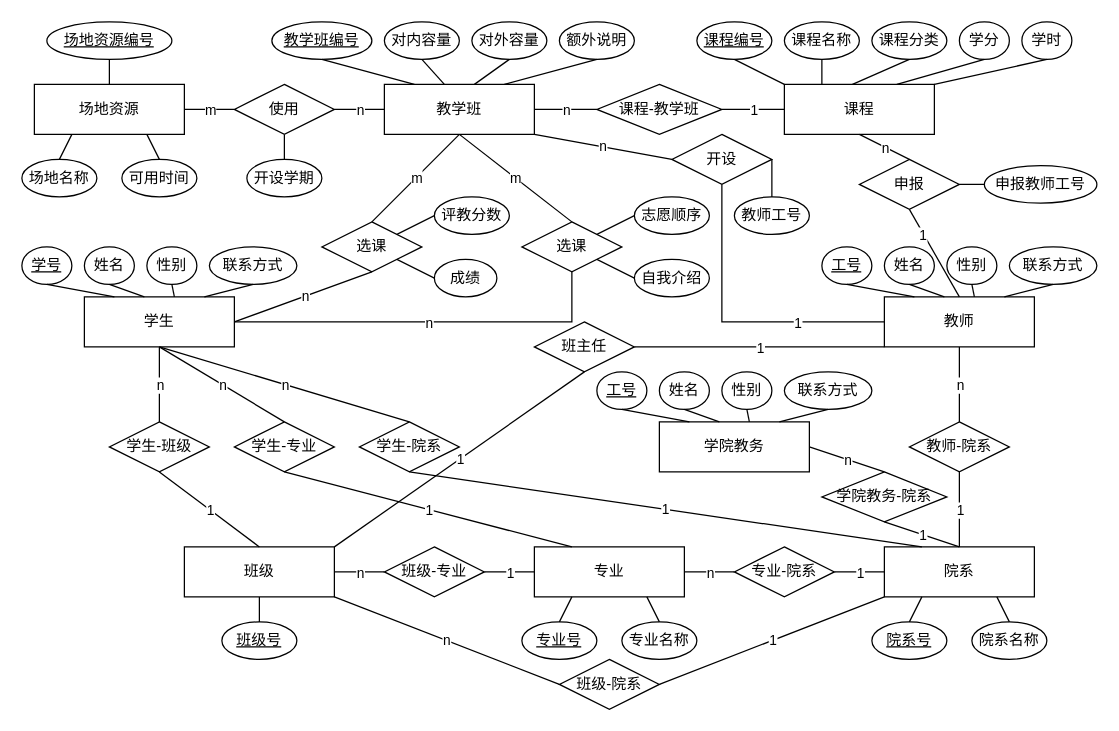
This is 系统设计报告/img/conceptional_schema/er_preliminary.drawio from ap0stader/BUAA_DB, a draw.io file, before an edit. Source tidied: cells renumbered, new cells numbered last; positions are measured from the earlier drawing's top-left corner, leaving out a move shared by most shapes. Both pictures are drawn from the tidied source at 125%, with x=0, y=0 at pixel (21, 21).
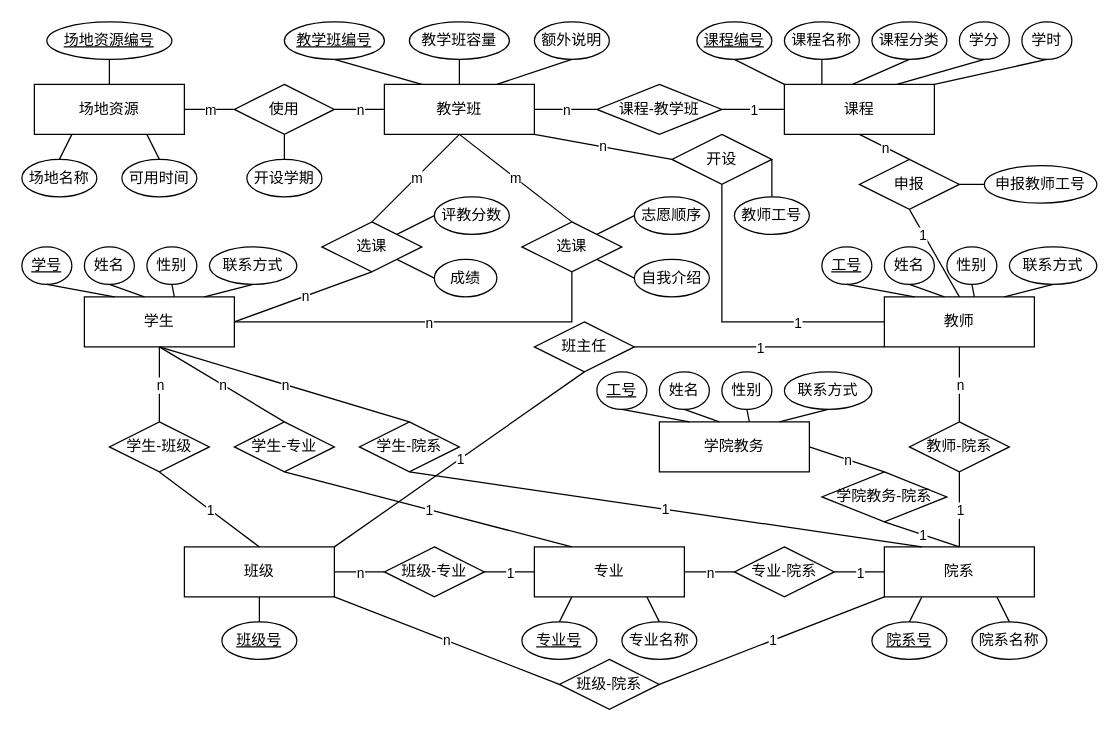
The same diagram, later.

The change refers to these unchanged cells:
```xml
<mxCell id="141" value="教学班" style="rounded=0;whiteSpace=wrap;html=1;fontFamily=宋体-简;" parent="1" vertex="1">
  <mxGeometry x="290" y="50" width="120" height="40" as="geometry" />
</mxCell>
```

What changed in the source:
```diff
@@
     <mxCell id="145" value="教学班编号" style="ellipse;whiteSpace=wrap;html=1;fontStyle=4;fontFamily=宋体-简;" parent="1" vertex="1">
-      <mxGeometry x="200" width="80" height="30" as="geometry" />
+      <mxGeometry x="210" width="80" height="30" as="geometry" />
     </mxCell>
-    <mxCell id="146" value="对内容量" style="ellipse;whiteSpace=wrap;html=1;fontFamily=宋体-简;" parent="1" vertex="1">
-      <mxGeometry x="290" width="60" height="30" as="geometry" />
+    <mxCell id="146" value="教学班容量" style="ellipse;whiteSpace=wrap;html=1;fontFamily=宋体-简;" parent="1" vertex="1">
+      <mxGeometry x="310" width="80" height="30" as="geometry" />
     </mxCell>
-    <mxCell id="147" value="对外容量" style="ellipse;whiteSpace=wrap;html=1;fontFamily=宋体-简;" parent="1" vertex="1">
-      <mxGeometry x="360" width="60" height="30" as="geometry" />
-    </mxCell>
     <mxCell id="148" value="额外说明" style="ellipse;whiteSpace=wrap;html=1;fontFamily=宋体-简;" parent="1" vertex="1">
-      <mxGeometry x="430" width="60" height="30" as="geometry" />
+      <mxGeometry x="410" width="60" height="30" as="geometry" />
     </mxCell>
-    <mxCell id="149" style="endArrow=none;html=1;rounded=0;exitX=0.5;exitY=1;exitDx=0;exitDy=0;entryX=0.2;entryY=0;entryDx=0;entryDy=0;fontFamily=宋体-简;entryPerimeter=0;" parent="1" edge="1" source="145" target="141">
+    <mxCell id="149" style="endArrow=none;html=1;rounded=0;exitX=0.5;exitY=1;exitDx=0;exitDy=0;entryX=0.25;entryY=0;entryDx=0;entryDy=0;fontFamily=宋体-简;" parent="1" edge="1" source="145" target="141">
       <mxGeometry relative="1" as="geometry" />
     </mxCell>
-    <mxCell id="150" style="endArrow=none;html=1;rounded=0;exitX=0.5;exitY=1;exitDx=0;exitDy=0;entryX=0.4;entryY=0;entryDx=0;entryDy=0;fontFamily=宋体-简;entryPerimeter=0;" parent="1" edge="1" source="146" target="141">
+    <mxCell id="150" style="endArrow=none;html=1;rounded=0;exitX=0.5;exitY=1;exitDx=0;exitDy=0;entryX=0.5;entryY=0;entryDx=0;entryDy=0;fontFamily=宋体-简;" parent="1" edge="1" source="146" target="141">
       <mxGeometry relative="1" as="geometry" />
     </mxCell>
-    <mxCell id="151" style="endArrow=none;html=1;rounded=0;exitX=0.5;exitY=1;exitDx=0;exitDy=0;entryX=0.6;entryY=0;entryDx=0;entryDy=0;fontFamily=宋体-简;entryPerimeter=0;" parent="1" edge="1" source="147" target="141">
-      <mxGeometry relative="1" as="geometry" />
-    </mxCell>
-    <mxCell id="152" style="endArrow=none;html=1;rounded=0;exitX=0.5;exitY=1;exitDx=0;exitDy=0;entryX=0.8;entryY=0;entryDx=0;entryDy=0;fontFamily=宋体-简;entryPerimeter=0;" parent="1" edge="1" source="148" target="141">
+    <mxCell id="152" style="endArrow=none;html=1;rounded=0;exitX=0.5;exitY=1;exitDx=0;exitDy=0;entryX=0.75;entryY=0;entryDx=0;entryDy=0;fontFamily=宋体-简;" parent="1" edge="1" source="148" target="141">
       <mxGeometry relative="1" as="geometry" />
     </mxCell>
```
